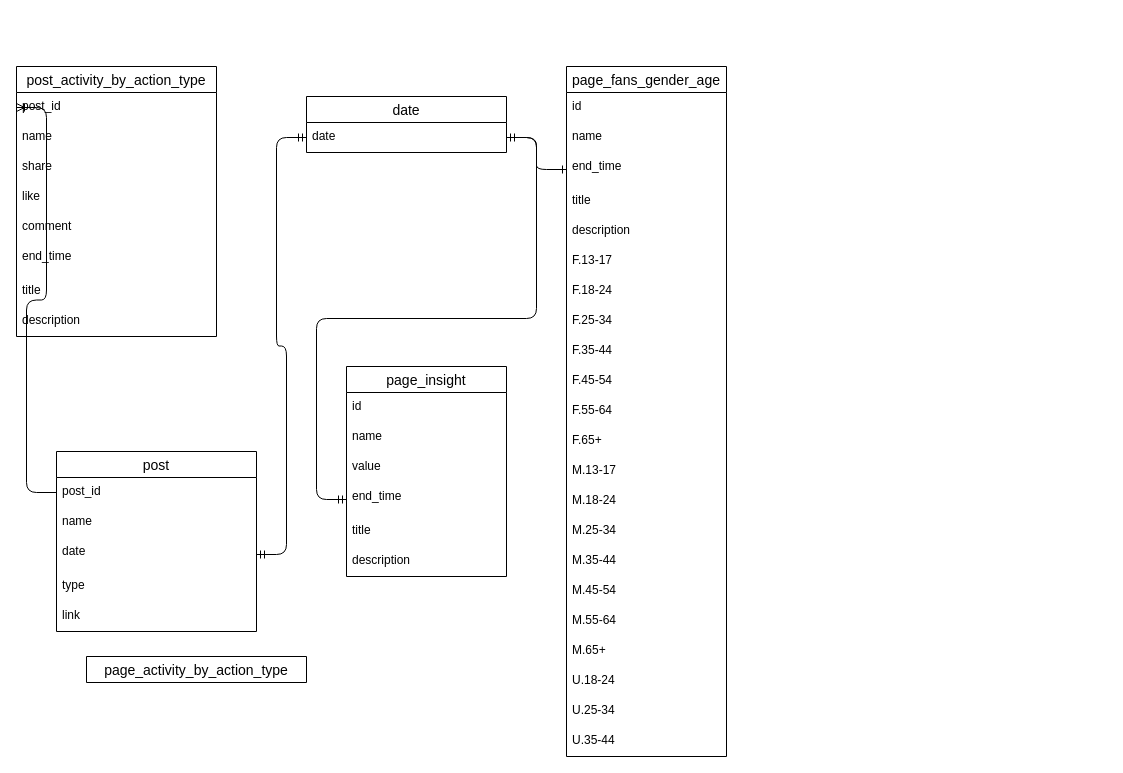
This is documents/data structure.drawio from trongmt/get_data_insights, a draw.io file, before an edit. Source tidied: cells renumbered, new cells numbered last; positions are measured from the earlier drawing's top-left corner, leaving out a move shared by most shapes. Both pictures are drawn from the tidied source at 100%, with x=0, y=0 at pixel (16, 66).
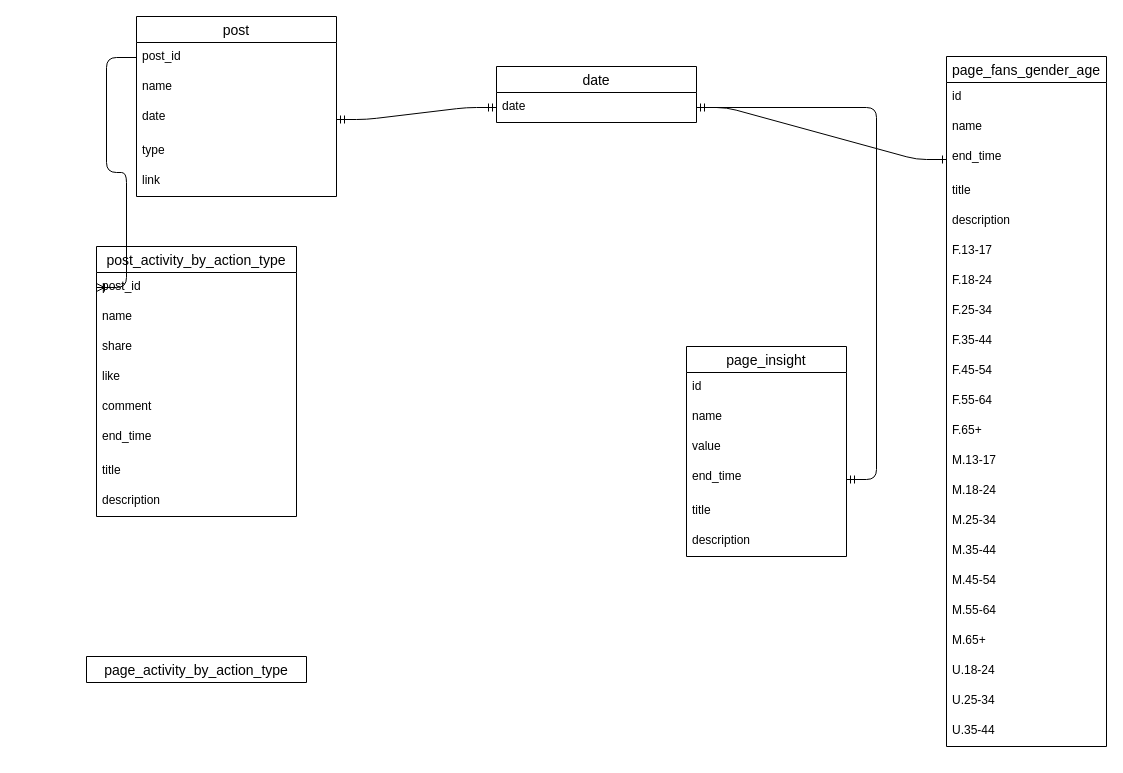
Above is the later version.

Commit message (it also covers changes not shown here):
create posts, edit data structure

The change refers to these unchanged cells:
```xml
<mxCell id="6" value="end_time" style="text;strokeColor=none;fillColor=none;spacingLeft=4;spacingRight=4;overflow=hidden;points=[[0,0.5],[1,0.5]];portConstraint=eastwest;fontSize=12;" parent="2" vertex="1">
  <mxGeometry y="116" width="160" height="34" as="geometry" />
</mxCell>
<mxCell id="49" value="date" style="text;strokeColor=none;fillColor=none;spacingLeft=4;spacingRight=4;overflow=hidden;points=[[0,0.5],[1,0.5]];portConstraint=eastwest;fontSize=12;" parent="48" vertex="1">
  <mxGeometry y="26" width="200" height="30" as="geometry" />
</mxCell>
```

What changed in the source:
```diff
@@
     <mxCell id="2" value="page_insight" style="swimlane;fontStyle=0;horizontal=1;startSize=26;align=center;fontSize=14;" parent="1" vertex="1">
-      <mxGeometry x="330" y="300" width="160" height="210" as="geometry" />
+      <mxGeometry x="670" y="280" width="160" height="210" as="geometry" />
     </mxCell>
@@
     <mxCell id="9" value="page_fans_gender_age" style="swimlane;fontStyle=0;horizontal=1;startSize=26;align=center;fontSize=14;" parent="1" vertex="1">
-      <mxGeometry x="550" width="160" height="690" as="geometry" />
+      <mxGeometry x="930" y="-10" width="160" height="690" as="geometry" />
     </mxCell>
@@
     <mxCell id="33" value="post_activity_by_action_type" style="swimlane;fontStyle=0;horizontal=1;startSize=26;align=center;fontSize=14;" parent="1" vertex="1">
-      <mxGeometry width="200" height="270" as="geometry" />
+      <mxGeometry x="80" y="180" width="200" height="270" as="geometry" />
     </mxCell>
@@
     <mxCell id="42" value="post" style="swimlane;fontStyle=0;horizontal=1;startSize=26;align=center;fontSize=14;" parent="1" vertex="1">
-      <mxGeometry x="40" y="385" width="200" height="180" as="geometry" />
+      <mxGeometry x="120" y="-50" width="200" height="180" as="geometry" />
     </mxCell>
@@
     <mxCell id="48" value="date" style="swimlane;fontStyle=0;horizontal=1;startSize=26;align=center;fontSize=14;" parent="1" vertex="1">
-      <mxGeometry x="290" y="30" width="200" height="56" as="geometry" />
+      <mxGeometry x="480" width="200" height="56" as="geometry" />
     </mxCell>
@@
-    <mxCell id="52" style="edgeStyle=entityRelationEdgeStyle;fontSize=12;html=1;endArrow=ERmandOne;startArrow=ERmandOne;" parent="1" edge="1" source="49">
-      <mxGeometry relative="1" as="geometry">
-        <mxPoint x="330" y="433" as="targetPoint" />
-      </mxGeometry>
+    <mxCell id="52" style="edgeStyle=entityRelationEdgeStyle;fontSize=12;html=1;endArrow=ERmandOne;startArrow=ERmandOne;" parent="1" edge="1" source="49" target="6">
+      <mxGeometry relative="1" as="geometry" />
     </mxCell>
```
